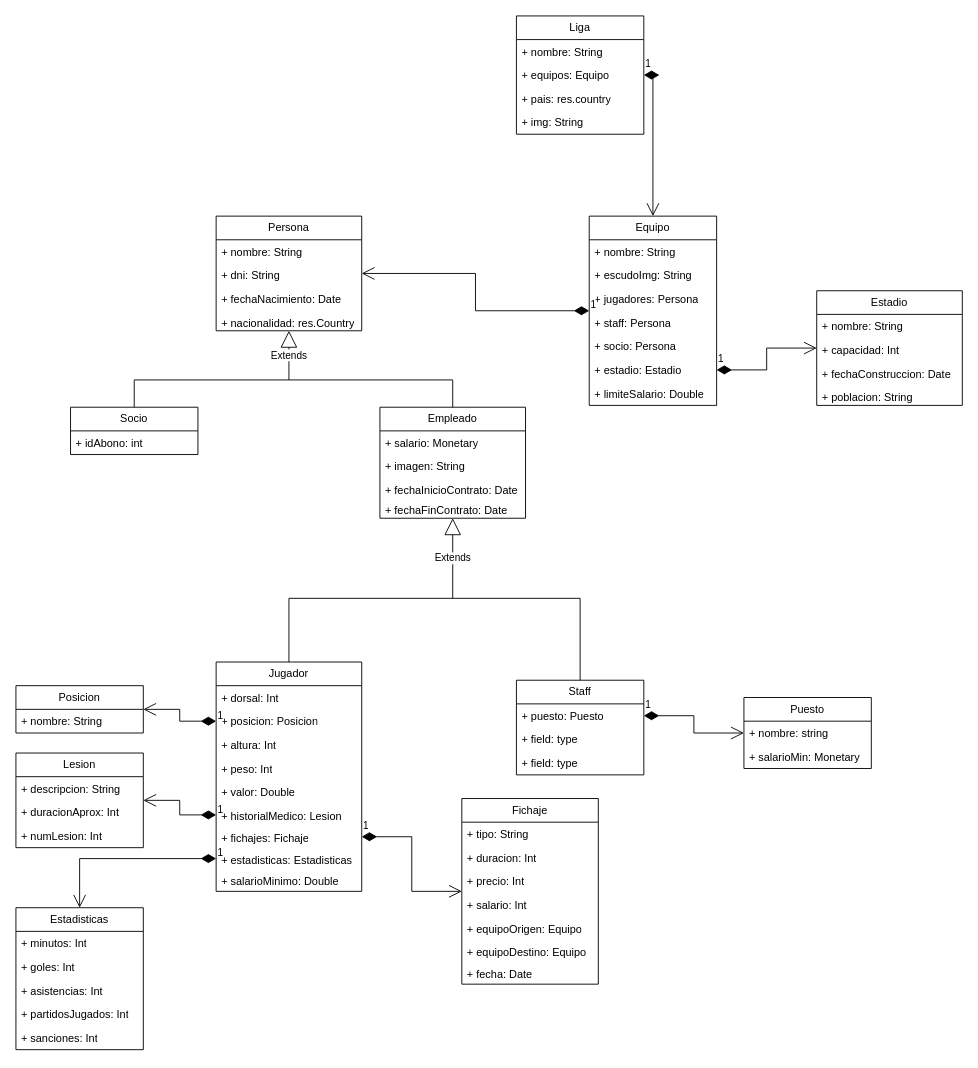
Before: UML/UML-League-sp.drawio in Arrcturus/laliga-odoo, a draw.io diagram. Source tidied: cells renumbered, new cells numbered last; positions are measured from the earlier drawing's top-left corner, leaving out a move shared by most shapes. Both pictures are drawn from the tidied source at 91%, with x=0, y=0 at pixel (15, 15).
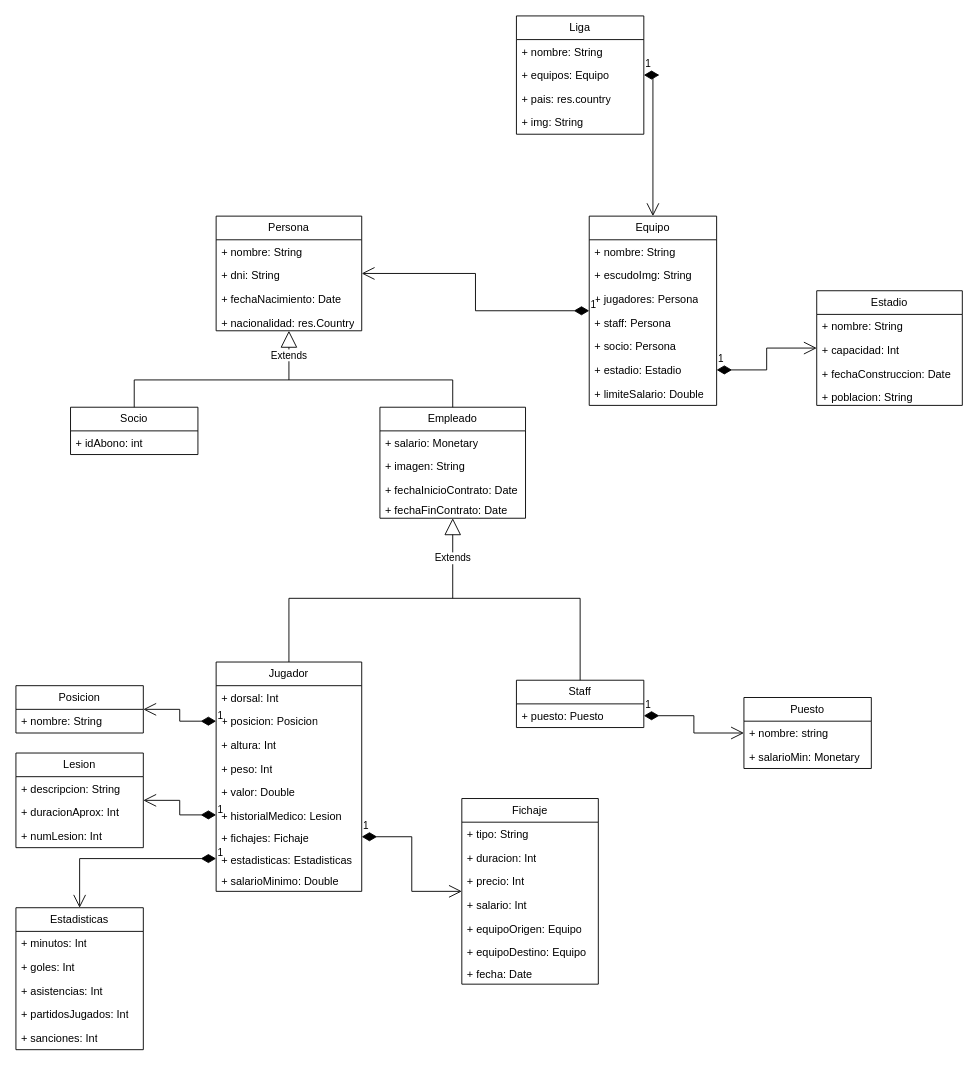
The same diagram, later.

Commit message:
Actualizar UML-League-sp v1.0.drawio

The edit, as a diff of the source:
```diff
@@
     <mxCell id="32" value="Staff" style="swimlane;fontStyle=0;horizontal=1;startSize=26;fillColor=none;whiteSpace=wrap;html=1;" parent="1" vertex="1">
-      <mxGeometry x="550" y="730" width="140" height="104" as="geometry" />
+      <mxGeometry x="550" y="730" width="140" height="52" as="geometry" />
     </mxCell>
@@
-    <mxCell id="34" value="+ field: type" style="text;strokeColor=none;fillColor=none;align=left;verticalAlign=top;spacingLeft=4;spacingRight=4;overflow=hidden;whiteSpace=wrap;html=1;" parent="32" vertex="1">
-      <mxGeometry y="52" width="140" height="26" as="geometry" />
-    </mxCell>
-    <mxCell id="35" value="+ field: type" style="text;strokeColor=none;fillColor=none;align=left;verticalAlign=top;spacingLeft=4;spacingRight=4;overflow=hidden;whiteSpace=wrap;html=1;" parent="32" vertex="1">
-      <mxGeometry y="78" width="140" height="26" as="geometry" />
-    </mxCell>
```
